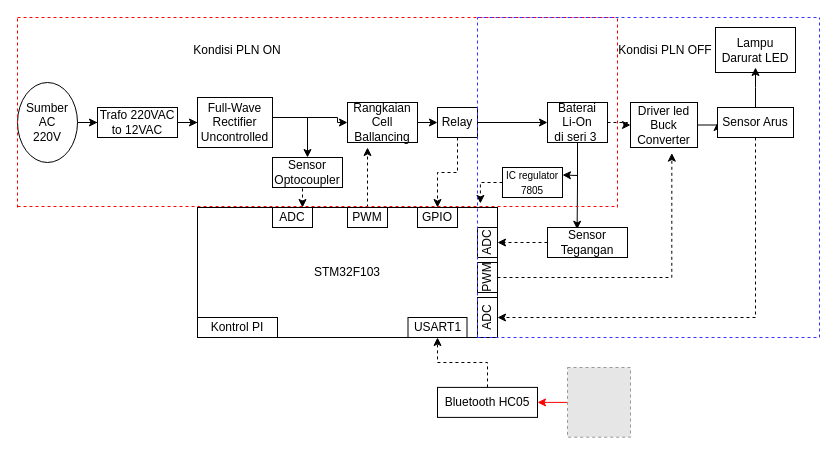
Alfinaatika9/CRUD keeps this draw.io diagram as fixblok.drawio. Above is the earlier version. Source tidied: cells renumbered, new cells numbered last; positions are measured from the earlier drawing's top-left corner, leaving out a move shared by most shapes. Both pictures are drawn from the tidied source at 100%, with x=0, y=0 at pixel (17, 17). Pictures stored in the file or linked from it are replaced by grey dashed boxes.
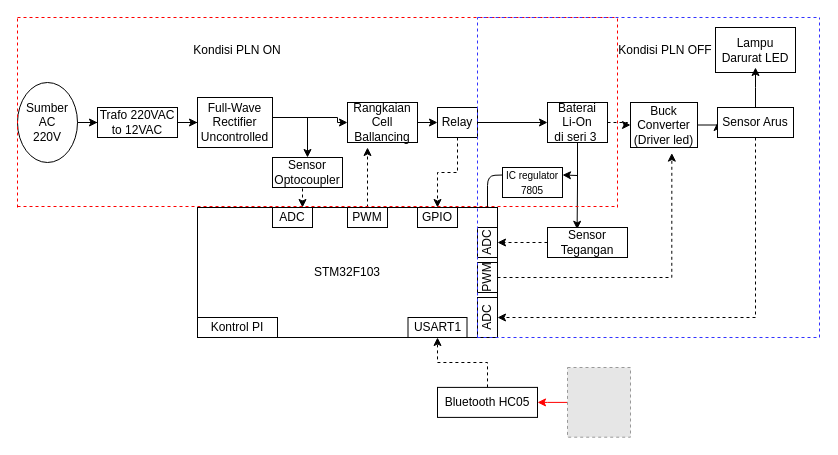
The same page after the edit.

Unchanged cells that the change refers to:
```xml
<mxCell id="6" value="STM32F103" style="rounded=0;whiteSpace=wrap;html=1;" parent="1" vertex="1">
  <mxGeometry x="180" y="190" width="300" height="130" as="geometry" />
</mxCell>
<mxCell id="42" value="&lt;font style=&quot;font-size: 10px&quot;&gt;IC regulator 7805&lt;/font&gt;" style="rounded=0;whiteSpace=wrap;html=1;" parent="1" vertex="1">
  <mxGeometry x="485" y="150" width="60" height="30" as="geometry" />
</mxCell>
```

What changed in the source:
```diff
@@
-    <mxCell id="28" value="Driver led Buck Converter" style="rounded=0;whiteSpace=wrap;html=1;" parent="1" vertex="1">
+    <mxCell id="28" value="Buck Converter&lt;br&gt;(Driver led)" style="rounded=0;whiteSpace=wrap;html=1;" parent="1" vertex="1">
       <mxGeometry x="613" y="85" width="67" height="45" as="geometry" />
     </mxCell>
@@
-    <mxCell id="41" style="edgeStyle=orthogonalEdgeStyle;rounded=0;jettySize=auto;html=1;entryX=0.943;entryY=-0.031;entryDx=0;entryDy=0;entryPerimeter=0;dashed=1;" parent="1" edge="1" source="42" target="6">
-      <mxGeometry relative="1" as="geometry" />
-    </mxCell>
@@
+    <mxCell id="55" style="endArrow=none;html=1;entryX=0;entryY=0.25;entryDx=0;entryDy=0;" parent="1" edge="1" target="42">
+      <mxGeometry relative="1" as="geometry">
+        <mxPoint x="470" y="190" as="sourcePoint" />
+        <Array as="points">
+          <mxPoint x="470" y="190" />
+          <mxPoint x="470" y="158" />
+        </Array>
+      </mxGeometry>
+    </mxCell>
```
